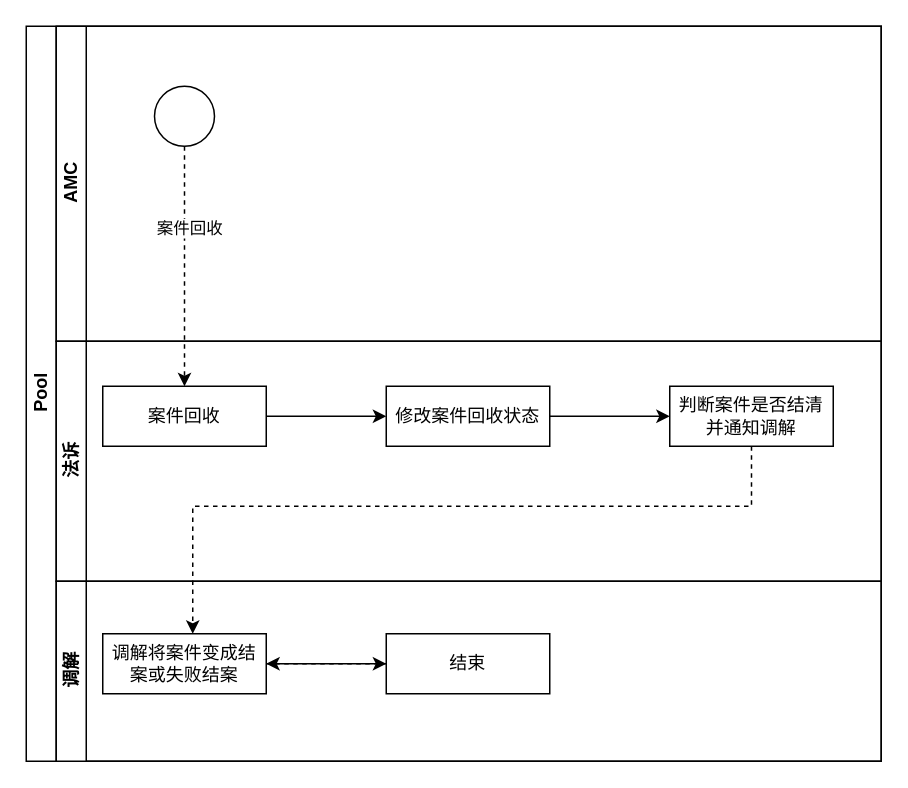
Before: page "Page-2" (2 of 2) of 法诉整体流程图.drawio in HillCheuang/fasu, a draw.io diagram. Source tidied: cells renumbered, new cells numbered last; positions are measured from the earlier drawing's top-left corner, leaving out a move shared by most shapes. Both pictures are drawn from the tidied source at 150%, with x=0, y=0 at pixel (26, 26).
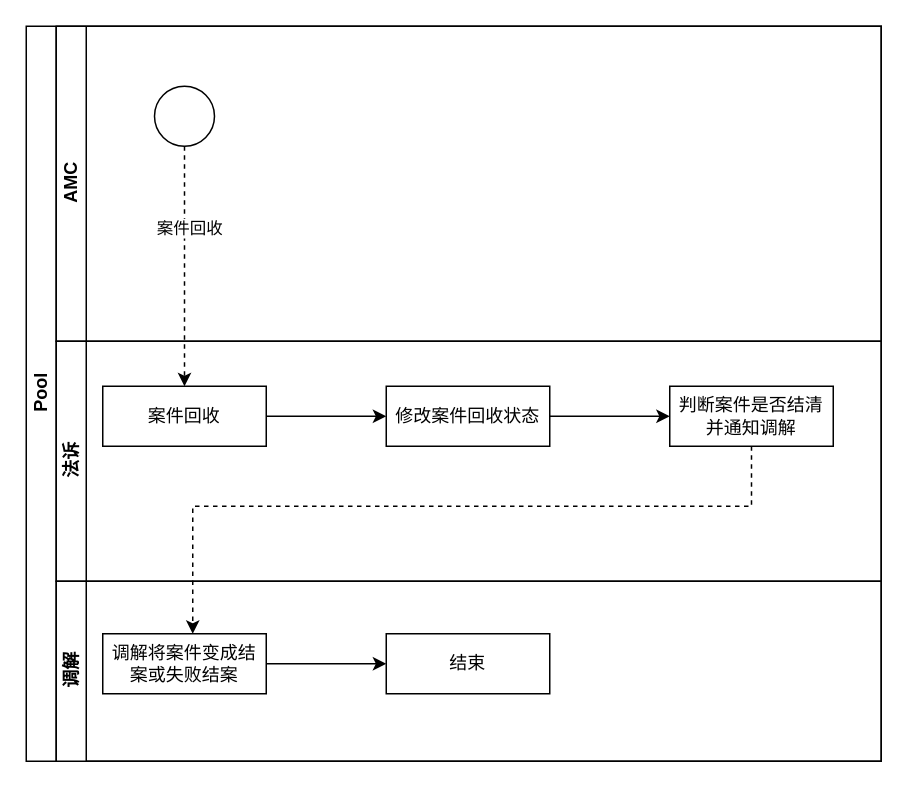
Above is the later version.

Commit message:
Update 法诉整体流程图.drawio

Unchanged cells that the change refers to:
```xml
<mxCell id="7" value="调解" style="swimlane;html=1;startSize=20;horizontal=0;" parent="2" vertex="1">
  <mxGeometry x="20" y="370" width="550" height="120" as="geometry" />
</mxCell>
<mxCell id="9" value="调解将案件变成结案或失败结案" style="whiteSpace=wrap;html=1;" parent="7" vertex="1">
  <mxGeometry x="31" y="35" width="109" height="40" as="geometry" />
</mxCell>
<mxCell id="11" value="结束" style="whiteSpace=wrap;html=1;" parent="7" vertex="1">
  <mxGeometry x="220" y="35" width="109" height="40" as="geometry" />
</mxCell>
```

The edit, as a diff of the source:
```diff
@@
-    <mxCell id="8" style="edgeStyle=orthogonalEdgeStyle;rounded=0;jettySize=auto;html=1;dashed=1;" parent="7" edge="1" source="9" target="11">
+    <mxCell id="8" style="edgeStyle=orthogonalEdgeStyle;rounded=0;jettySize=auto;html=1;" parent="7" edge="1" source="9" target="11">
       <mxGeometry relative="1" as="geometry" />
     </mxCell>
@@
-    <mxCell id="10" style="edgeStyle=orthogonalEdgeStyle;rounded=0;jettySize=auto;html=1;" parent="7" edge="1" source="11" target="9">
-      <mxGeometry relative="1" as="geometry" />
-    </mxCell>
```
